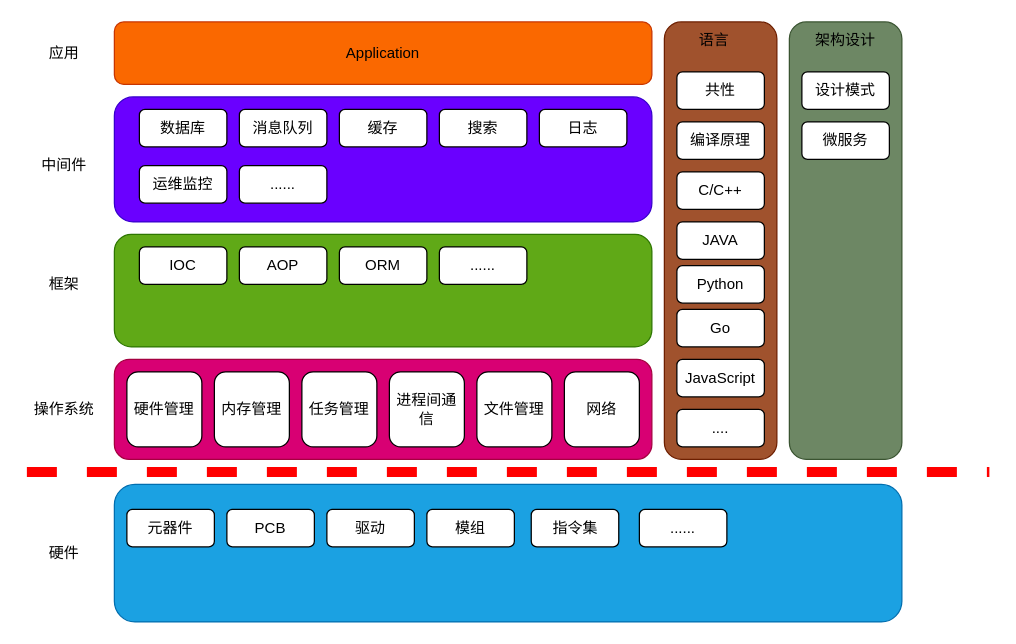
The draw.io diagram program/program.drawio in lzk90s/lzk90s.github.io, before the edit. Source tidied: cells renumbered, new cells numbered last; positions are measured from the earlier drawing's top-left corner, leaving out a move shared by most shapes. Both pictures are drawn from the tidied source at 125%, with x=0, y=0 at pixel (26, 21).
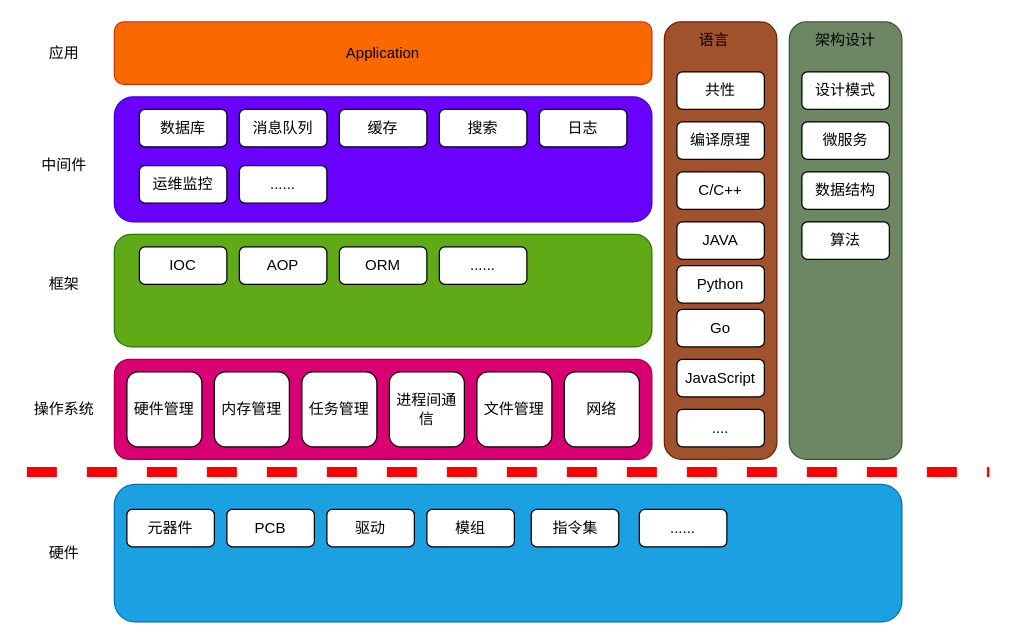
Above is the later version.

The edit, as a diff of the source:
```diff
@@
+    <mxCell id="50" value="数据结构" style="whiteSpace=wrap;html=1;rounded=1;" parent="1" vertex="1">
+      <mxGeometry x="620" y="120" width="70" height="30" as="geometry" />
+    </mxCell>
+    <mxCell id="51" value="算法" style="whiteSpace=wrap;html=1;rounded=1;" parent="1" vertex="1">
+      <mxGeometry x="620" y="160" width="70" height="30" as="geometry" />
+    </mxCell>
```
